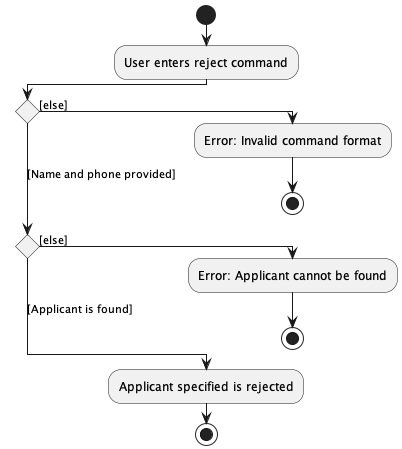
Before: docs/images/RejectApplicantActivityDiagram.png, a diagram exported from PlantUML (nus-cs2103-AY2223S2/tp). Its source is kept beside it as docs/diagrams/RejectApplicantActivityDiagram.puml. Its diagram source:
```plantuml
@startuml
!pragma useVerticalIf on

start
:User enters reject command;
if () then ([else])
    :Error: Invalid command format;
    stop
([Name and phone provided]) elseif () then ([else])
    :Error: Applicant cannot be found;
    stop
else ([Applicant is found])
    :Applicant specified is rejected;
    stop
endif
@enduml
```
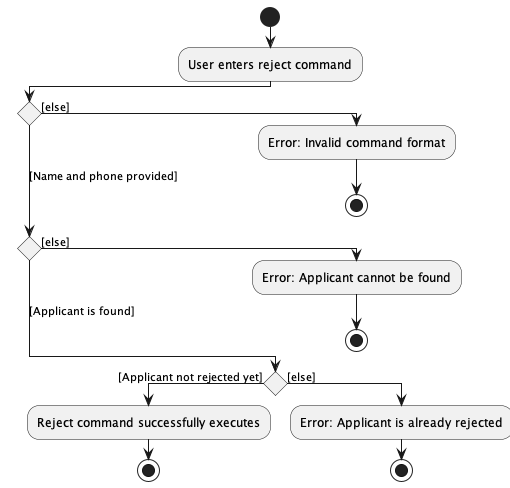
The same diagram one commit later.

Commit message:
Upddate Add and Reject activity diagrams

Change to the diagram source:
```diff
@@ -10,7 +10,11 @@
     :Error: Applicant cannot be found;
     stop
 else ([Applicant is found])
-    :Applicant specified is rejected;
+    if () then ([Applicant not rejected yet])
+    :Reject command successfully executes;
     stop
+    else ([else])
+    :Error: Applicant is already rejected;
+    stop;
 endif
 @enduml
```
